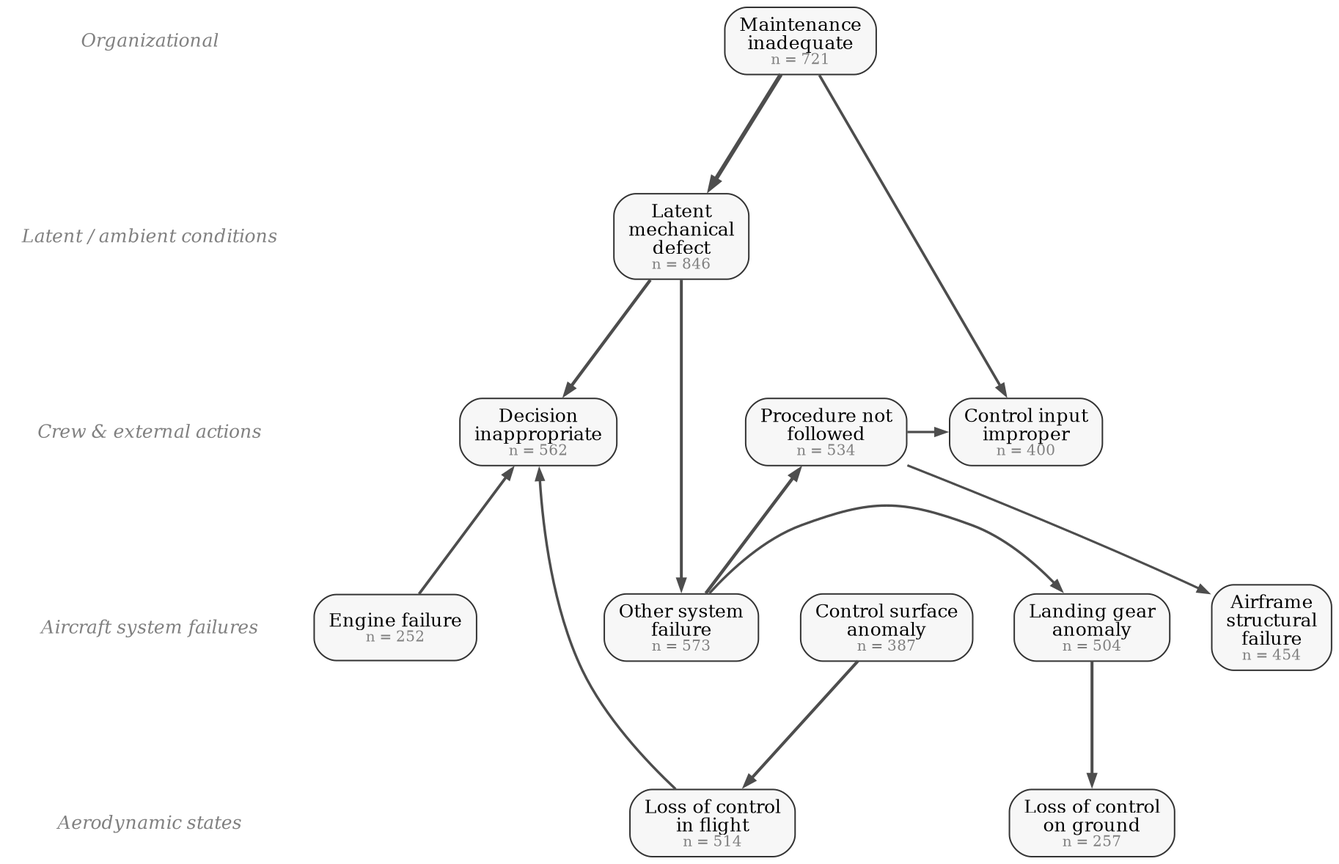
The Graphviz diagram event_extraction/out/causation_kg/figures/dag_SCF-PP_top.png in YutianPangASU/AviationSafetyReportKnowledgeGraph, before a commit. Its source is kept beside it as event_extraction/out/causation_kg/figures/dag_SCF-PP_top.gv.
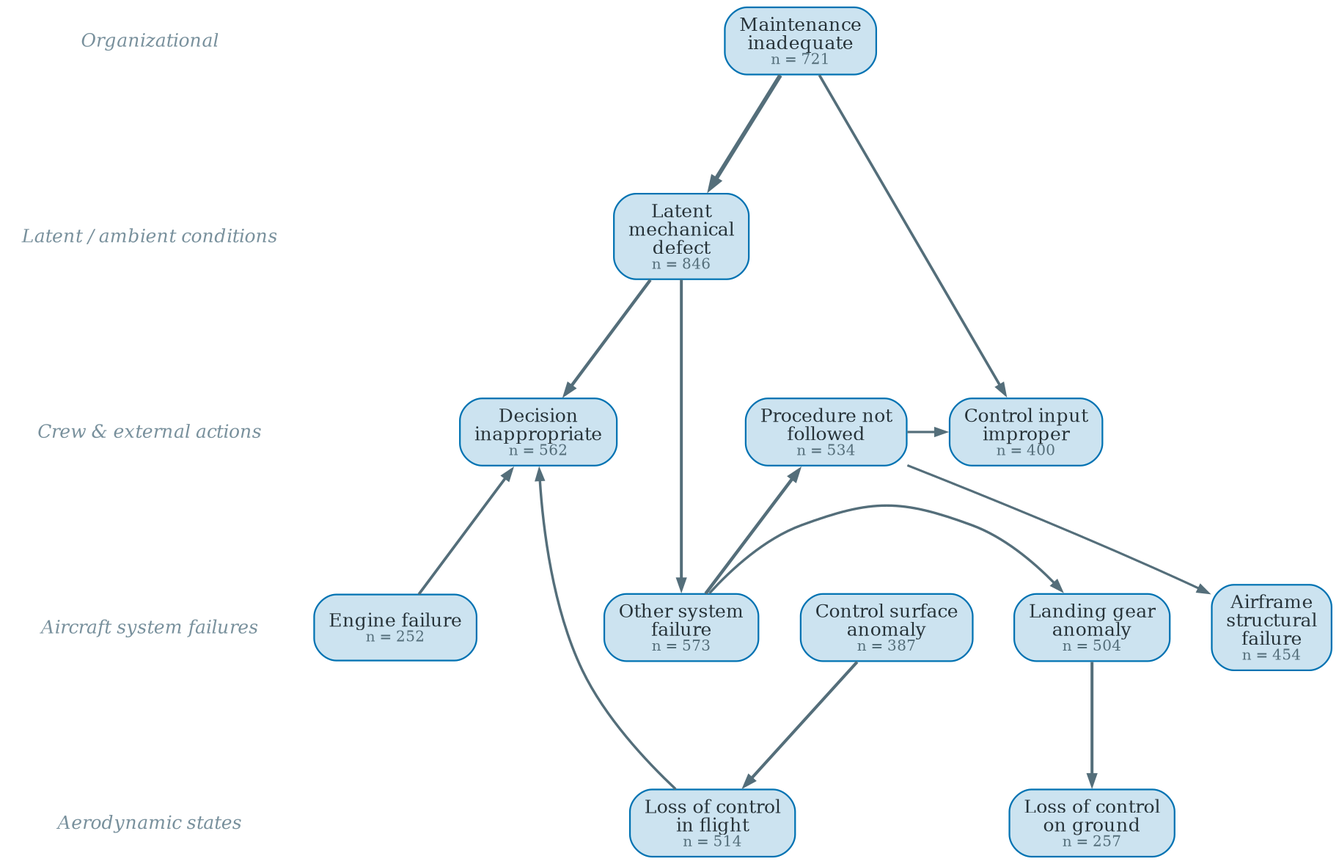
Later version of the same file.

Diff of the diagram source:
```diff
@@ -1,34 +1,34 @@
 digraph G {
   rankdir=TB; splines=spline; nodesep=0.32; ranksep=0.9;
   bgcolor="white";
-  node [shape=box, style="rounded,filled", fillcolor="#f7f7f7", color="#333333", penwidth=0.8, fontname="Times-Roman", fontsize=10, margin="0.11,0.06"];
-  edge [color="#4d4d4d", arrowsize=0.55, fontname="Times-Roman", fontsize=8, fontcolor="#4d4d4d"];
-  tier0 [shape=plaintext, style="", fillcolor=none, fontname="Times-Italic", fontsize=10, fontcolor="#808080", label="Organizational"];
+  node [shape=box, style="rounded,filled", fillcolor="#CCE3F0", color="#0072B2", penwidth=0.9, fontname="Times-Roman", fontsize=10, fontcolor="#263238", margin="0.11,0.06"];
+  edge [color="#546E7A", arrowsize=0.55, fontname="Times-Roman", fontsize=8, fontcolor="#546E7A"];
+  tier0 [shape=plaintext, style="", fillcolor=none, fontname="Times-Italic", fontsize=10, fontcolor="#78909C", label="Organizational"];
   { rank=same; tier0; "MAINTENANCE_INADEQUATE" }
-  tier1 [shape=plaintext, style="", fillcolor=none, fontname="Times-Italic", fontsize=10, fontcolor="#808080", label="Latent / ambient conditions"];
+  tier1 [shape=plaintext, style="", fillcolor=none, fontname="Times-Italic", fontsize=10, fontcolor="#78909C", label="Latent / ambient conditions"];
   { rank=same; tier1; "LATENT_MECHANICAL_DEFECT" }
   tier0 -> tier1 [style=invis];
-  tier3 [shape=plaintext, style="", fillcolor=none, fontname="Times-Italic", fontsize=10, fontcolor="#808080", label="Crew & external actions"];
+  tier3 [shape=plaintext, style="", fillcolor=none, fontname="Times-Italic", fontsize=10, fontcolor="#78909C", label="Crew & external actions"];
   { rank=same; tier3; "DECISION_INAPPROPRIATE" "CONTROL_INPUT_IMPROPER" "PROCEDURE_NOT_FOLLOWED" }
   tier1 -> tier3 [style=invis];
-  tier4 [shape=plaintext, style="", fillcolor=none, fontname="Times-Italic", fontsize=10, fontcolor="#808080", label="Aircraft system failures"];
+  tier4 [shape=plaintext, style="", fillcolor=none, fontname="Times-Italic", fontsize=10, fontcolor="#78909C", label="Aircraft system failures"];
   { rank=same; tier4; "ENGINE_FAILURE" "AIRFRAME_STRUCTURAL_FAILURE" "CONTROL_SURFACE_ANOMALY" "LANDING_GEAR_ANOMALY" "OTHER_SYSTEM_FAILURE" }
   tier3 -> tier4 [style=invis];
-  tier5 [shape=plaintext, style="", fillcolor=none, fontname="Times-Italic", fontsize=10, fontcolor="#808080", label="Aerodynamic states"];
+  tier5 [shape=plaintext, style="", fillcolor=none, fontname="Times-Italic", fontsize=10, fontcolor="#78909C", label="Aerodynamic states"];
   { rank=same; tier5; "LOSS_OF_CONTROL_INFLIGHT" "LOSS_OF_CONTROL_GROUND" }
   tier4 -> tier5 [style=invis];
-  "AIRFRAME_STRUCTURAL_FAILURE" [label=<Airframe<br/>structural<br/>failure<br/><font point-size="8" color="#808080">n = 454</font>>];
-  "CONTROL_INPUT_IMPROPER" [label=<Control input<br/>improper<br/><font point-size="8" color="#808080">n = 400</font>>];
-  "CONTROL_SURFACE_ANOMALY" [label=<Control surface<br/>anomaly<br/><font point-size="8" color="#808080">n = 387</font>>];
-  "DECISION_INAPPROPRIATE" [label=<Decision<br/>inappropriate<br/><font point-size="8" color="#808080">n = 562</font>>];
-  "ENGINE_FAILURE" [label=<Engine failure<br/><font point-size="8" color="#808080">n = 252</font>>];
-  "LANDING_GEAR_ANOMALY" [label=<Landing gear<br/>anomaly<br/><font point-size="8" color="#808080">n = 504</font>>];
-  "LATENT_MECHANICAL_DEFECT" [label=<Latent<br/>mechanical<br/>defect<br/><font point-size="8" color="#808080">n = 846</font>>];
-  "LOSS_OF_CONTROL_GROUND" [label=<Loss of control<br/>on ground<br/><font point-size="8" color="#808080">n = 257</font>>];
-  "LOSS_OF_CONTROL_INFLIGHT" [label=<Loss of control<br/>in flight<br/><font point-size="8" color="#808080">n = 514</font>>];
-  "MAINTENANCE_INADEQUATE" [label=<Maintenance<br/>inadequate<br/><font point-size="8" color="#808080">n = 721</font>>];
-  "OTHER_SYSTEM_FAILURE" [label=<Other system<br/>failure<br/><font point-size="8" color="#808080">n = 573</font>>];
-  "PROCEDURE_NOT_FOLLOWED" [label=<Procedure not<br/>followed<br/><font point-size="8" color="#808080">n = 534</font>>];
+  "AIRFRAME_STRUCTURAL_FAILURE" [label=<Airframe<br/>structural<br/>failure<br/><font point-size="8" color="#546E7A">n = 454</font>>];
+  "CONTROL_INPUT_IMPROPER" [label=<Control input<br/>improper<br/><font point-size="8" color="#546E7A">n = 400</font>>];
+  "CONTROL_SURFACE_ANOMALY" [label=<Control surface<br/>anomaly<br/><font point-size="8" color="#546E7A">n = 387</font>>];
+  "DECISION_INAPPROPRIATE" [label=<Decision<br/>inappropriate<br/><font point-size="8" color="#546E7A">n = 562</font>>];
+  "ENGINE_FAILURE" [label=<Engine failure<br/><font point-size="8" color="#546E7A">n = 252</font>>];
+  "LANDING_GEAR_ANOMALY" [label=<Landing gear<br/>anomaly<br/><font point-size="8" color="#546E7A">n = 504</font>>];
+  "LATENT_MECHANICAL_DEFECT" [label=<Latent<br/>mechanical<br/>defect<br/><font point-size="8" color="#546E7A">n = 846</font>>];
+  "LOSS_OF_CONTROL_GROUND" [label=<Loss of control<br/>on ground<br/><font point-size="8" color="#546E7A">n = 257</font>>];
+  "LOSS_OF_CONTROL_INFLIGHT" [label=<Loss of control<br/>in flight<br/><font point-size="8" color="#546E7A">n = 514</font>>];
+  "MAINTENANCE_INADEQUATE" [label=<Maintenance<br/>inadequate<br/><font point-size="8" color="#546E7A">n = 721</font>>];
+  "OTHER_SYSTEM_FAILURE" [label=<Other system<br/>failure<br/><font point-size="8" color="#546E7A">n = 573</font>>];
+  "PROCEDURE_NOT_FOLLOWED" [label=<Procedure not<br/>followed<br/><font point-size="8" color="#546E7A">n = 534</font>>];
   "MAINTENANCE_INADEQUATE" -> "LATENT_MECHANICAL_DEFECT" [penwidth=2.30, style=solid, tooltip="MAINTENANCE_INADEQUATE -> LATENT_MECHANICAL_DEFECT: support 428, stability 0.37"];
   "OTHER_SYSTEM_FAILURE" -> "PROCEDURE_NOT_FOLLOWED" [penwidth=1.79, style=solid, tooltip="OTHER_SYSTEM_FAILURE -> PROCEDURE_NOT_FOLLOWED: support 220, stability 0.53"];
   "LATENT_MECHANICAL_DEFECT" -> "DECISION_INAPPROPRIATE" [penwidth=1.74, style=solid, tooltip="LATENT_MECHANICAL_DEFECT -> DECISION_INAPPROPRIATE: support 204, stability 0.67"];
```
